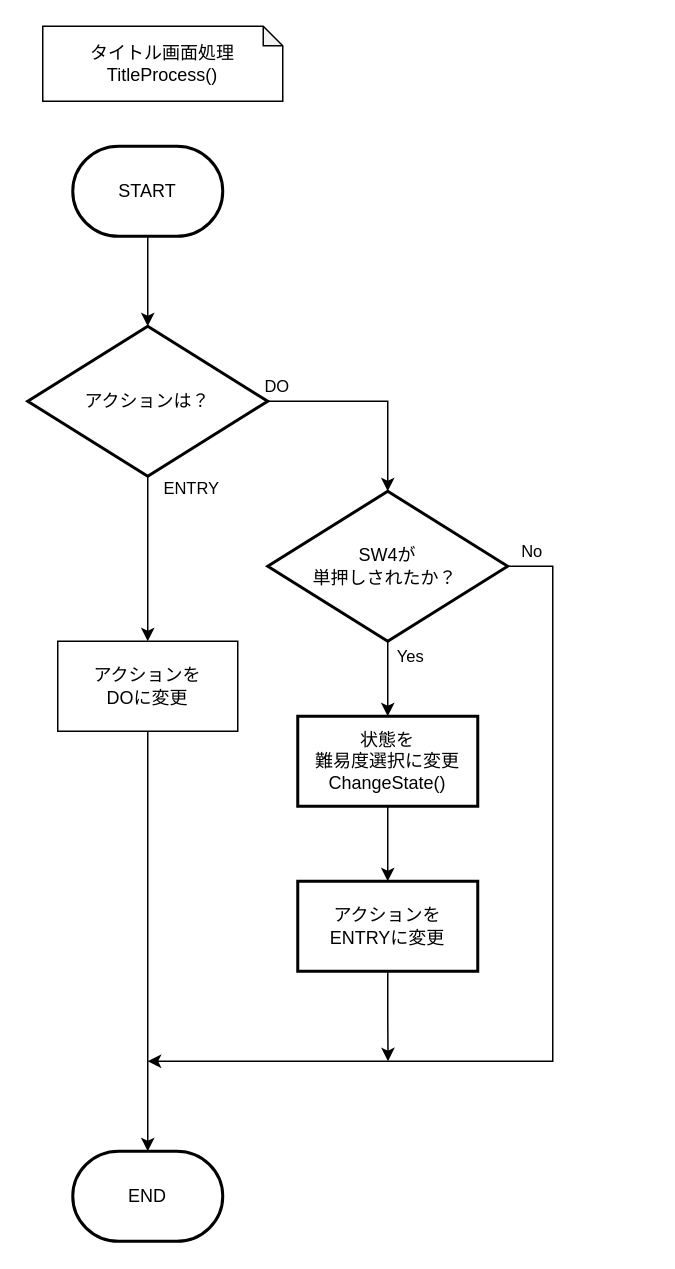
This is page "タイトル画面" (2 of 10) of 資料/設計書/フローチャート/モグラ叩き_フローチャート_ゲーム前.drawio from hakohumi/comp.train.whack-a-mole, a draw.io file, before an edit. Source tidied: cells renumbered, new cells numbered last; positions are measured from the earlier drawing's top-left corner, leaving out a move shared by most shapes. Both pictures are drawn from the tidied source at 150%, with x=0, y=0 at pixel (27, 26).
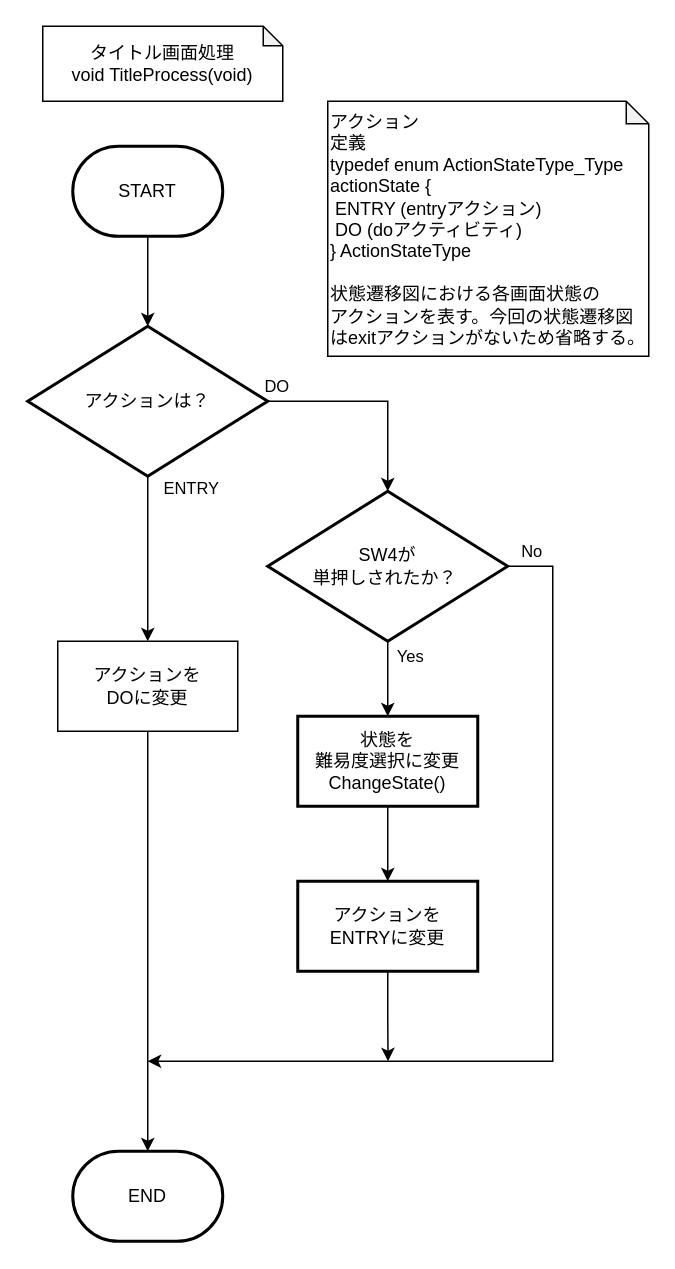
The same diagram, later.

What changed in the source:
```diff
@@
-    <mxCell id="2" value="タイトル画面処理&lt;br&gt;TitleProcess()" style="shape=note;whiteSpace=wrap;html=1;backgroundOutline=1;darkOpacity=0.05;size=13;" parent="1" vertex="1">
+    <mxCell id="2" value="タイトル画面処理&lt;br&gt;void TitleProcess(void)" style="shape=note;whiteSpace=wrap;html=1;backgroundOutline=1;darkOpacity=0.05;size=13;" parent="1" vertex="1">
       <mxGeometry x="10" width="160" height="50" as="geometry" />
     </mxCell>
@@
+    <mxCell id="19" value="アクション&lt;br&gt;定義&lt;br&gt;typedef enum ActionStateType_Type &lt;br&gt;actionState {&lt;br&gt;&amp;nbsp;ENTRY (entryアクション)&lt;br&gt;&amp;nbsp;DO (doアクティビティ)&lt;br&gt;} ActionStateType&lt;br&gt;&lt;br&gt;状態遷移図における各画面状態の&lt;br&gt;アクションを表す。今回の状態遷移図&lt;br&gt;はexitアクションがないため省略する。&lt;br&gt;&lt;br&gt;" style="shape=note;html=1;backgroundOutline=1;darkOpacity=0.05;size=15;align=left;verticalAlign=top;" parent="1" vertex="1">
+      <mxGeometry x="200" y="50" width="214" height="170" as="geometry" />
+    </mxCell>
```
